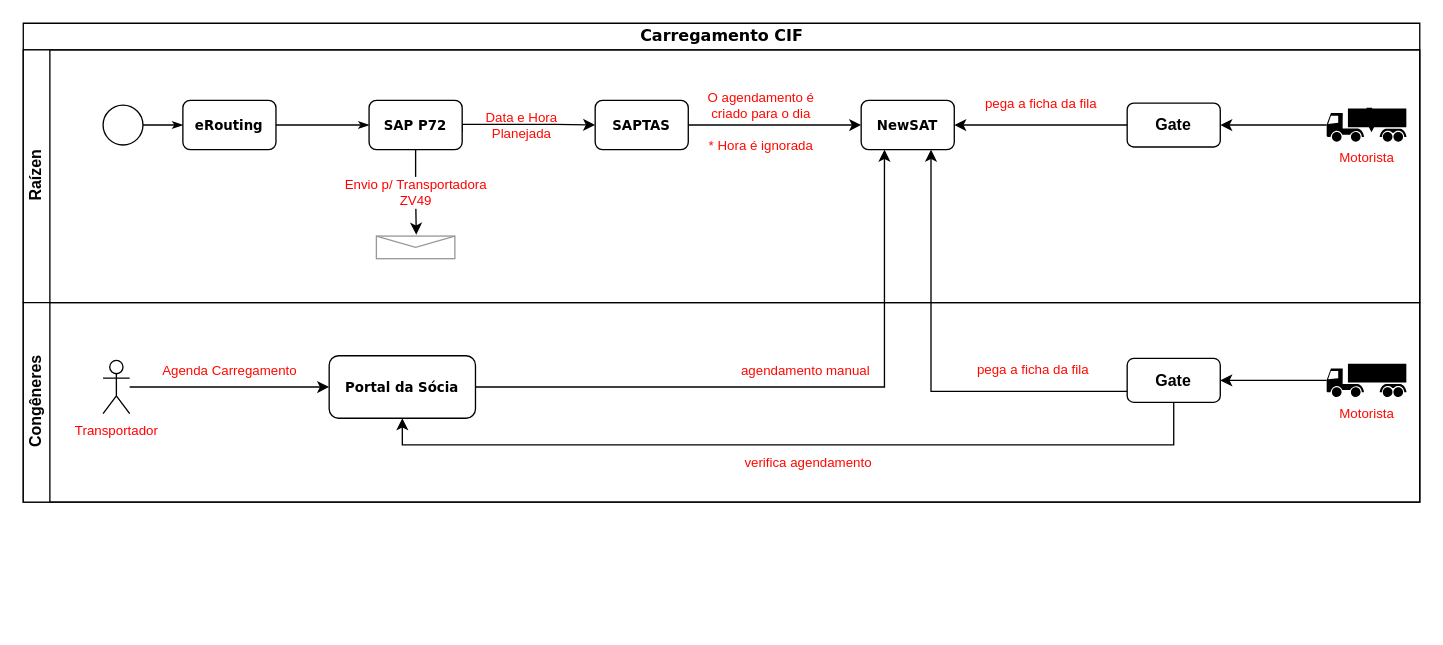
This is page "Carregamento CIF" (1 of 3) of PAI.drawio from anlugifa/drawio, a draw.io file, before an edit. Source tidied: cells renumbered, new cells numbered last; positions are measured from the earlier drawing's top-left corner, leaving out a move shared by most shapes. Both pictures are drawn from the tidied source at 133%, with x=0, y=0 at pixel (23, 23).
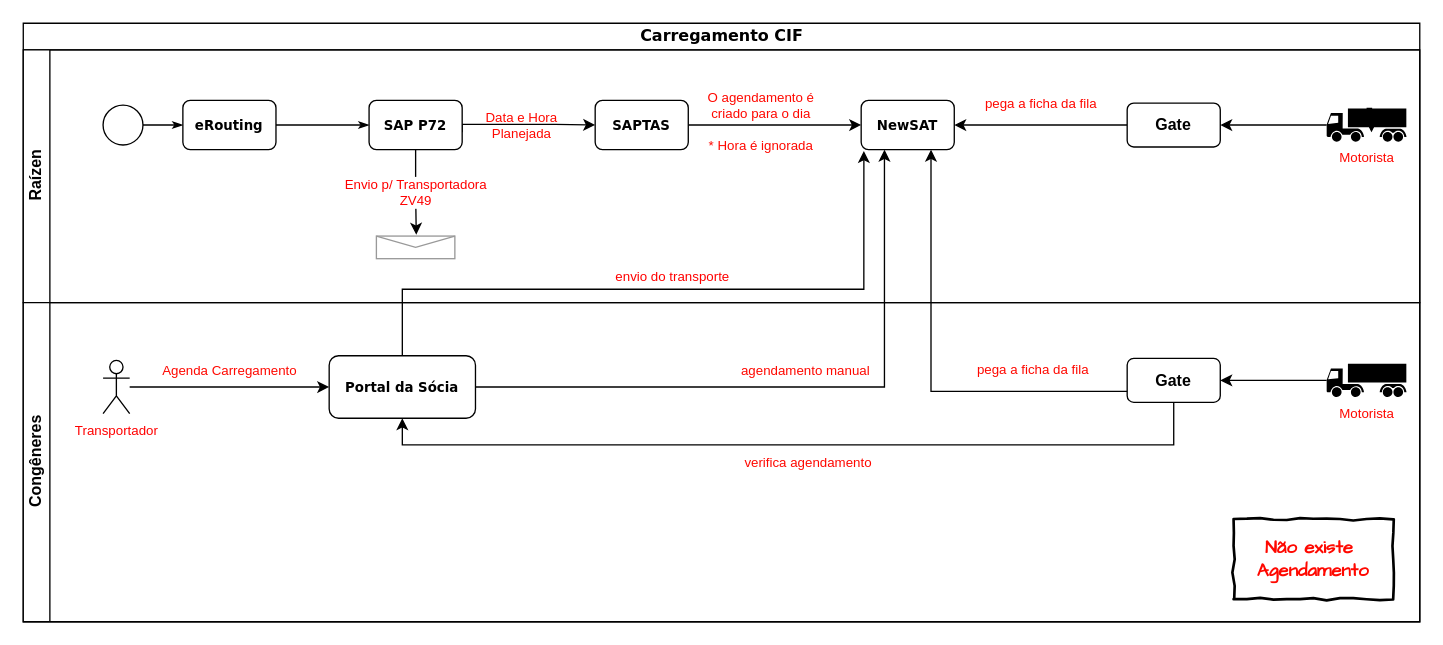
The same diagram, later.

The change refers to these unchanged cells:
```xml
<mxCell id="12" value="NewSAT" style="rounded=1;whiteSpace=wrap;html=1;shadow=0;labelBackgroundColor=none;strokeColor=#000000;strokeWidth=1;fillColor=#ffffff;fontFamily=Verdana;fontSize=10;fontColor=#000000;align=center;fontStyle=1;" parent="3" vertex="1">
  <mxGeometry x="630" y="38" width="70" height="37" as="geometry" />
</mxCell>
<mxCell id="23" value="Portal da Sócia" style="rounded=1;whiteSpace=wrap;html=1;shadow=0;labelBackgroundColor=none;strokeColor=#000000;strokeWidth=1;fillColor=#ffffff;fontFamily=Verdana;fontSize=10;fontColor=#000000;align=center;fontStyle=1;" parent="22" vertex="1">
  <mxGeometry x="230" y="40" width="110" height="47" as="geometry" />
</mxCell>
```

Change to the diagram source:
```diff
@@
     <mxCell id="2" value="Carregamento CIF" style="swimlane;html=1;horizontal=1;startSize=20;rounded=0;shadow=0;labelBackgroundColor=none;strokeColor=#000000;strokeWidth=1;fillColor=#ffffff;fontFamily=Verdana;fontSize=12;fontColor=#000000;align=center;" parent="1" vertex="1">
-      <mxGeometry width="1050" height="360" as="geometry" />
+      <mxGeometry width="1050" height="450" as="geometry" />
     </mxCell>
@@
     <mxCell id="22" value="Congêneres" style="swimlane;html=1;startSize=20;horizontal=0;" parent="2" vertex="1">
-      <mxGeometry y="210" width="1050" height="150" as="geometry" />
+      <mxGeometry y="210" width="1050" height="240" as="geometry" />
     </mxCell>
@@
+    <mxCell id="32" value="Não existe&amp;nbsp;&lt;br style=&quot;font-size: 14px;&quot;&gt;Agendamento" style="html=1;whiteSpace=wrap;comic=1;strokeWidth=2;fontFamily=Comic Sans MS;fontStyle=1;fontColor=#FF0800;fontSize=14;" parent="22" vertex="1">
+      <mxGeometry x="910" y="163" width="120" height="60" as="geometry" />
+    </mxCell>
@@
+    <mxCell id="33" value="envio do transporte" style="edgeStyle=orthogonalEdgeStyle;rounded=0;jettySize=auto;html=1;entryX=0.029;entryY=1.027;entryDx=0;entryDy=0;entryPerimeter=0;strokeColor=#000000;fontSize=10;fontColor=#FF0000;exitX=0.5;exitY=0;exitDx=0;exitDy=0;" parent="2" edge="1" source="23" target="12">
+      <mxGeometry x="0.01" y="10" relative="1" as="geometry">
+        <Array as="points">
+          <mxPoint x="285" y="200" />
+          <mxPoint x="632" y="200" />
+        </Array>
+      </mxGeometry>
+    </mxCell>
```
